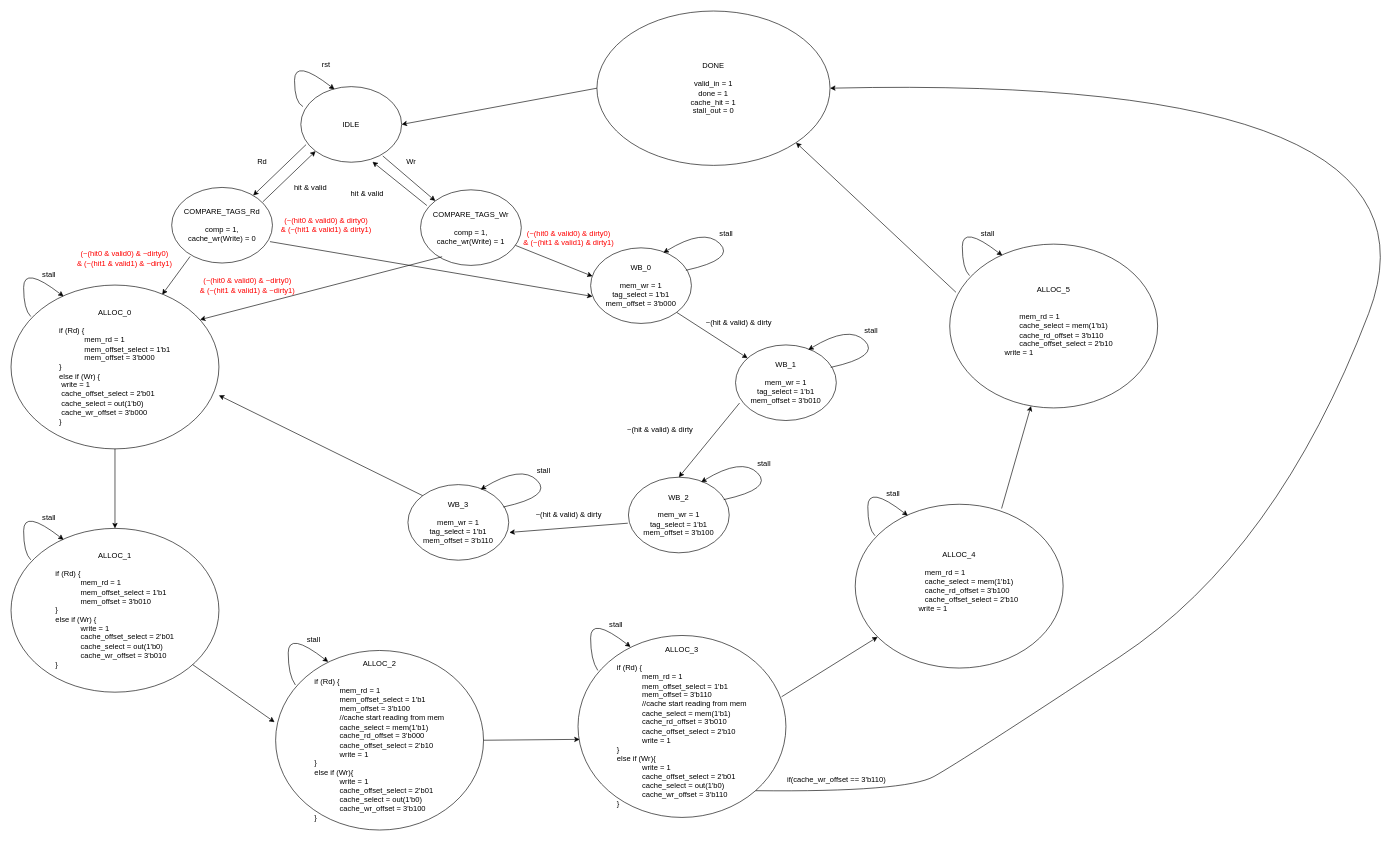
Earlier version of the draw.io diagram two-way set-associative-mapped caches FSM.drawio (joshmeiyb/ECE552). Source tidied: cells renumbered, new cells numbered last; positions are measured from the earlier drawing's top-left corner, leaving out a move shared by most shapes. Both pictures are drawn from the tidied source at 63%, with x=0, y=0 at pixel (11, 11).
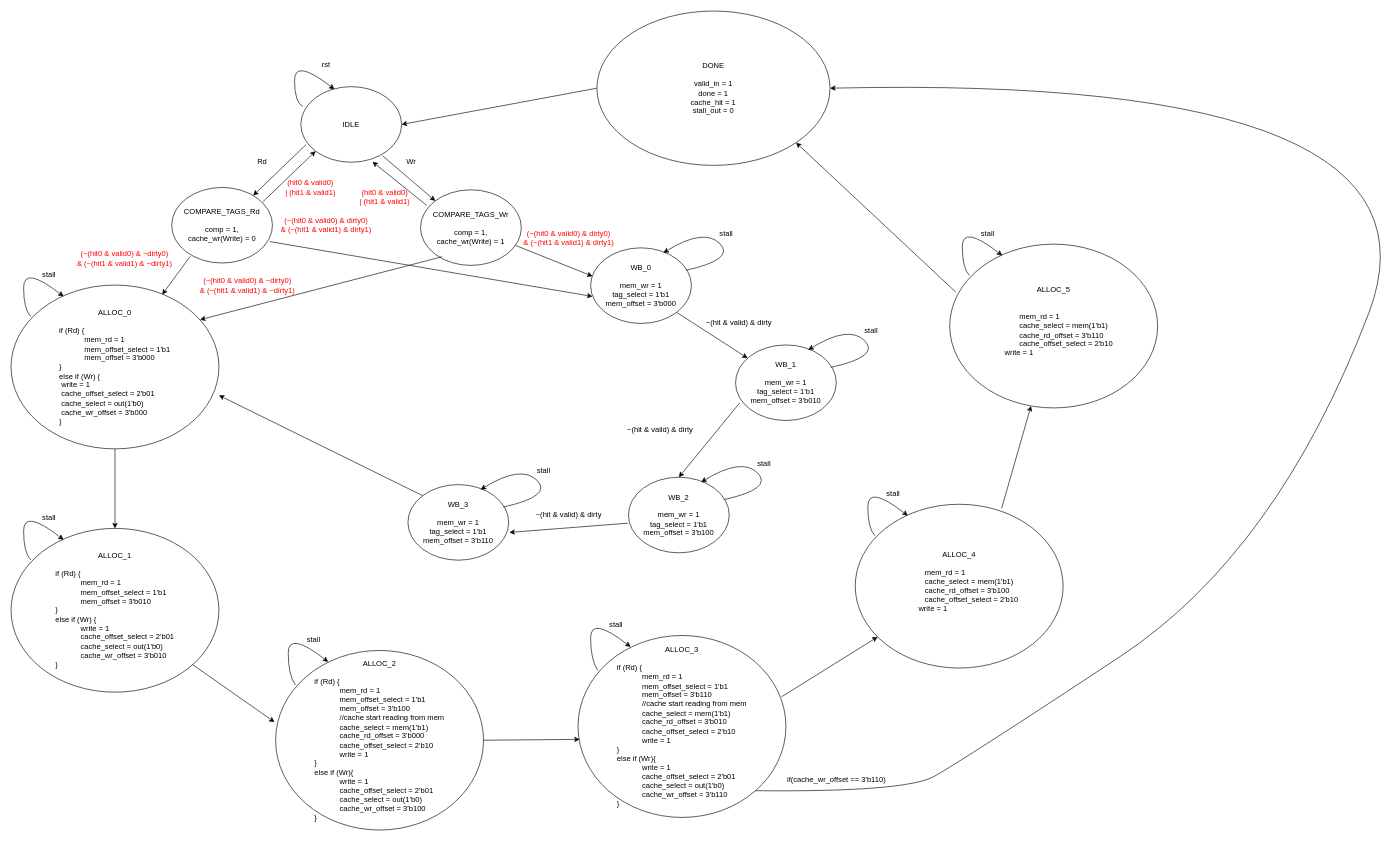
The same diagram, later.

What changed in the source:
```diff
@@
-    <mxCell id="10" value="hit &amp;amp; valid" style="text;html=1;align=center;verticalAlign=middle;strokeColor=none;fillColor=none;" parent="1" vertex="1">
-      <mxGeometry x="440" y="270" width="70" height="20" as="geometry" />
+    <mxCell id="10" value="&lt;font color=&quot;#ff0000&quot;&gt;(hit0 &amp;amp; valid0)&lt;br&gt;| (hit1 &amp;amp; valid1)&lt;/font&gt;" style="text;html=1;align=center;verticalAlign=middle;strokeColor=none;fillColor=none;" parent="1" vertex="1">
+      <mxGeometry x="425" y="265" width="100" height="30" as="geometry" />
     </mxCell>
@@
-    <mxCell id="14" value="hit &amp;amp; valid" style="text;html=1;align=center;verticalAlign=middle;strokeColor=none;fillColor=none;" parent="1" vertex="1">
-      <mxGeometry x="530" y="280" width="70" height="20" as="geometry" />
-    </mxCell>
@@
+    <mxCell id="70" value="&lt;font color=&quot;#ff0000&quot;&gt;(hit0 &amp;amp; valid0)&lt;br&gt;| (hit1 &amp;amp; valid1)&lt;/font&gt;" style="text;html=1;align=center;verticalAlign=middle;strokeColor=none;fillColor=none;" parent="1" vertex="1">
+      <mxGeometry x="543" y="280" width="100" height="30" as="geometry" />
+    </mxCell>
```
